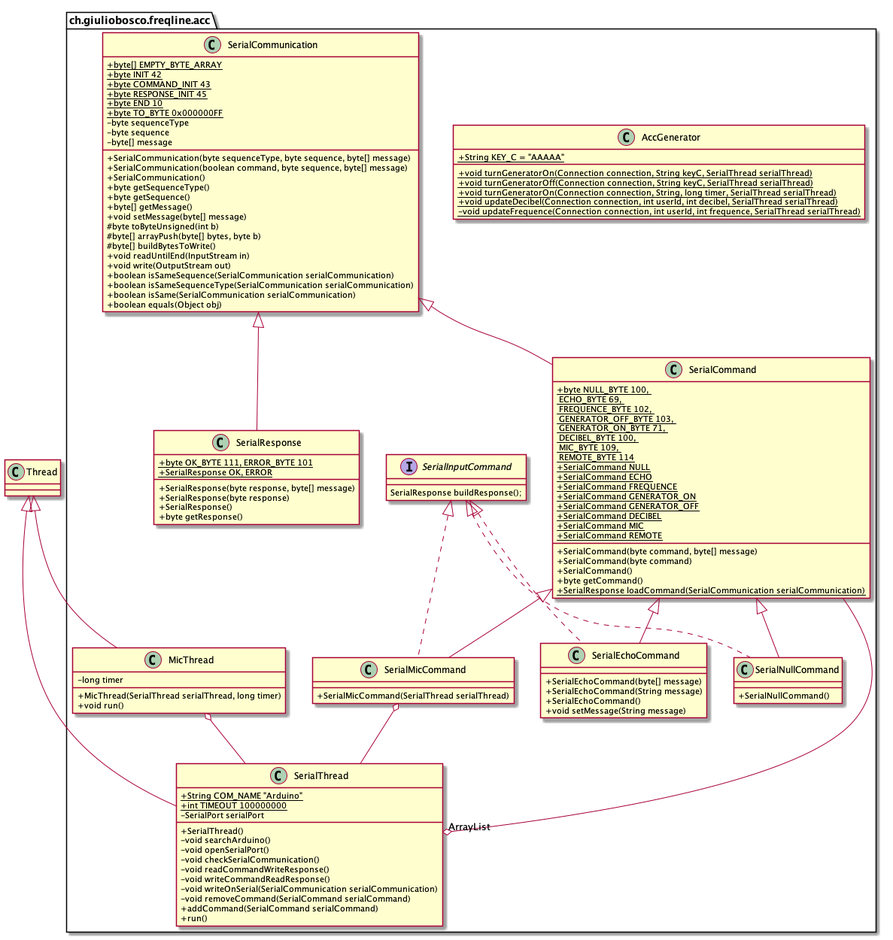
This is design/be/acc.png from giuliobosco/freqline, a PlantUML export, as it was before one commit.
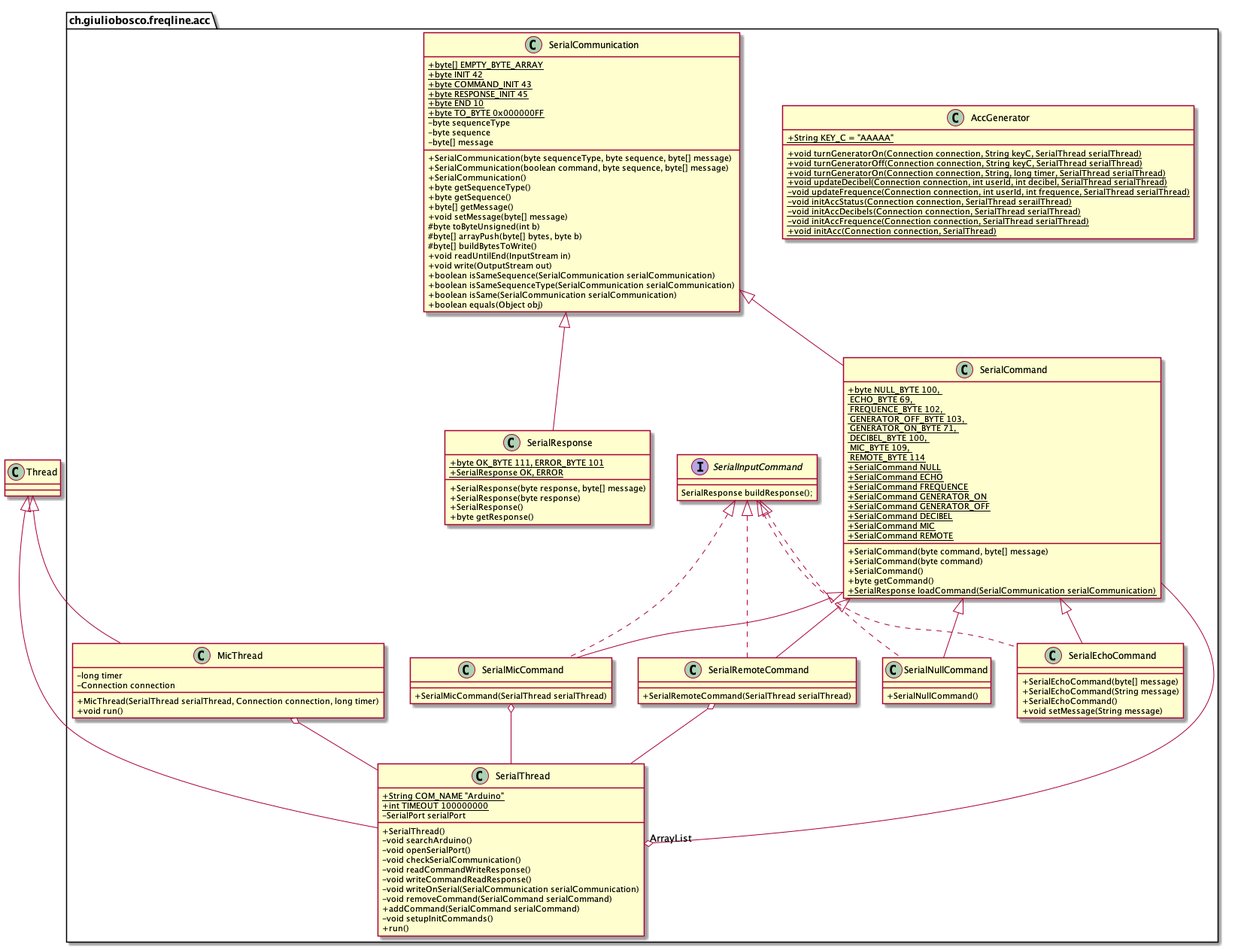
Above is the later version.

Commit message:
fix design/be/acc

Change to the diagram source:
```diff
@@ -13,6 +13,10 @@
         + {static} void turnGeneratorOn(Connection connection, String, long timer, SerialThread serialThread)
         + {static} void updateDecibel(Connection connection, int userId, int decibel, SerialThread serialThread)
         - {static} void updateFrequence(Connection connection, int userId, int frequence, SerialThread serialThread)
+        - {static} void initAccStatus(Connection connection, SerialThread serailThread)
+        - {static} void initAccDecibels(Connection connection, SerialThread serialThread)
+        - {static} void initAccFrequence(Connection connection, SerialThread serialThread)
+        + {static} void initAcc(Connection connection, SerialThread)
     }
 
     class SerialCommunication {
@@ -91,6 +95,13 @@
     SerialInputCommand <|.. SerialMicCommand
     SerialMicCommand o-- SerialThread
 
+    class SerialRemoteCommand {
+        + SerialRemoteCommand(SerialThread serialThread)
+    }
+    SerialCommand <|-- SerialRemoteCommand
+    SerialInputCommand <|.. SerialRemoteCommand
+    SerialRemoteCommand o-- SerialThread
+
     class SerialNullCommand {
         + SerialNullCommand()
     }
@@ -110,6 +121,7 @@
         - void writeOnSerial(SerialCommunication serialCommunication)
         - void removeCommand(SerialCommand serialCommand)
         + addCommand(SerialCommand serialCommand)
+        - void setupInitCommands()
         + run()
     }
     SerialThread "ArrayList" o-- SerialCommand
@@ -117,7 +129,8 @@
 
     class MicThread {
         - long timer
-        + MicThread(SerialThread serialThread, long timer)
+        - Connection connection
+        + MicThread(SerialThread serialThread, Connection connection, long timer)
         + void run()
     }
     Thread <|-- MicThread
```
